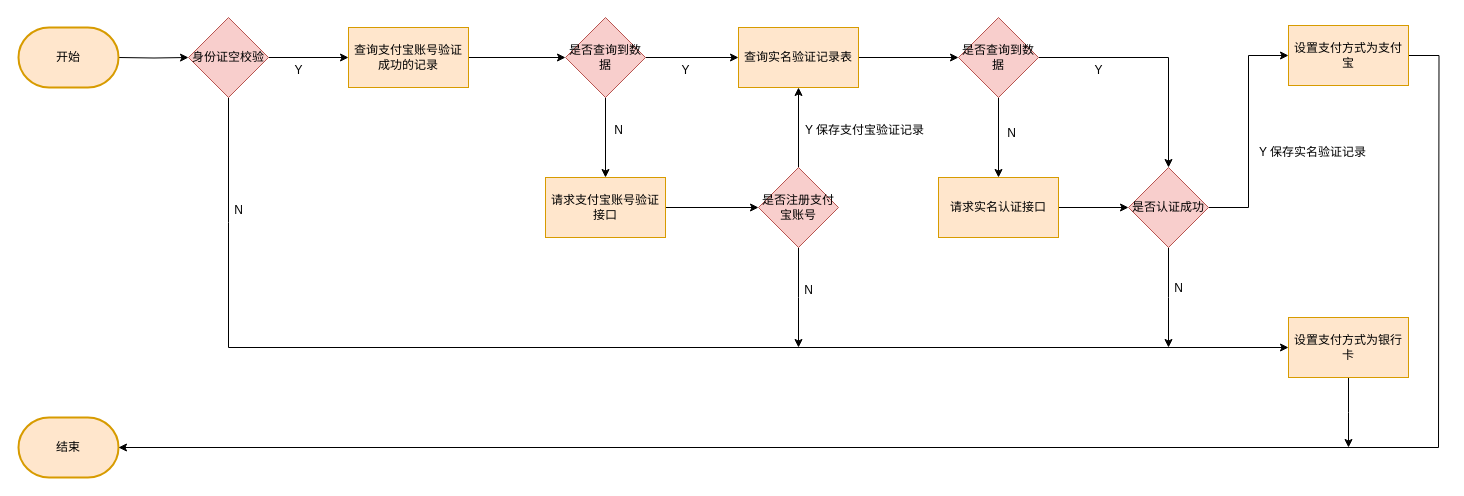
Earlier version of the draw.io diagram 监听投放方式更改事件.drawio (Jie33/draw). Source tidied: cells renumbered, new cells numbered last; positions are measured from the earlier drawing's top-left corner, leaving out a move shared by most shapes. Both pictures are drawn from the tidied source at 100%, with x=0, y=0 at pixel (18, 17).
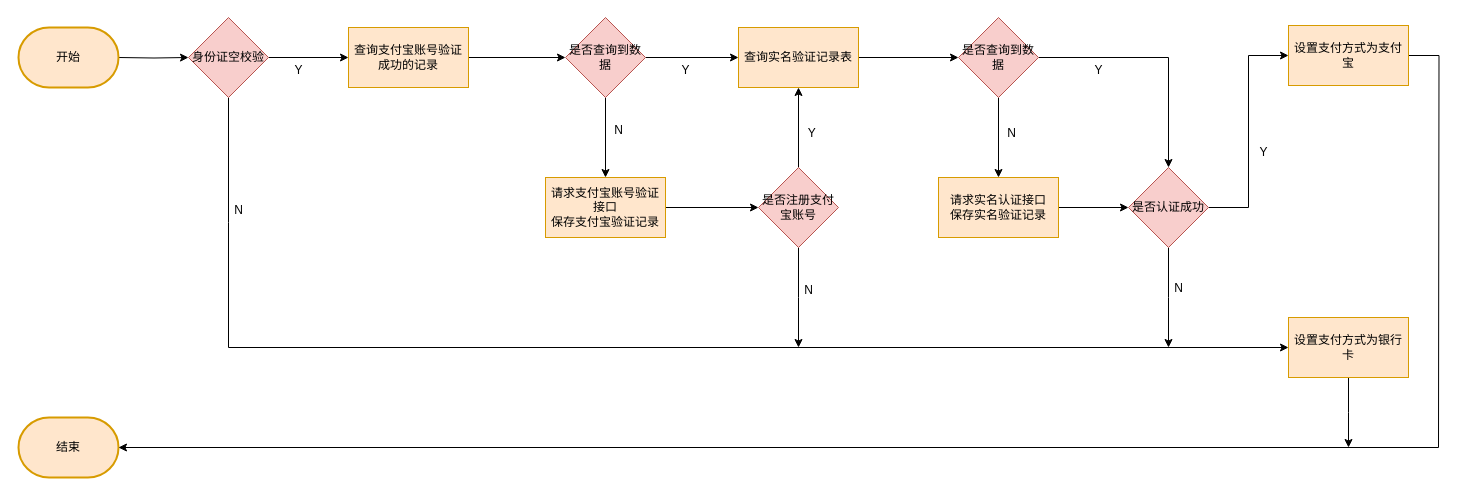
The same page after the edit.

Commit message:
更新监听投放方式更改事件.drawio

What changed in the source:
```diff
@@
-    <mxCell id="14" value="请求支付宝账号验证接口" style="rounded=0;whiteSpace=wrap;html=1;fillColor=#ffe6cc;strokeColor=#d79b00;" parent="1" vertex="1">
+    <mxCell id="14" value="请求支付宝账号验证接口&lt;div&gt;&lt;span style=&quot;text-wrap: nowrap;&quot;&gt;保存支付宝验证记录&lt;/span&gt;&lt;br&gt;&lt;/div&gt;" style="rounded=0;whiteSpace=wrap;html=1;fillColor=#ffe6cc;strokeColor=#d79b00;" parent="1" vertex="1">
       <mxGeometry x="527" y="160" width="120" height="60" as="geometry" />
     </mxCell>
@@
-    <mxCell id="31" value="请求实名认证接口" style="rounded=0;whiteSpace=wrap;html=1;fillColor=#ffe6cc;strokeColor=#d79b00;" parent="1" vertex="1">
+    <mxCell id="31" value="请求实名认证接口&lt;div&gt;&lt;span style=&quot;text-wrap: nowrap;&quot;&gt;保存实名验证记录&lt;/span&gt;&lt;br&gt;&lt;/div&gt;" style="rounded=0;whiteSpace=wrap;html=1;fillColor=#ffe6cc;strokeColor=#d79b00;" parent="1" vertex="1">
       <mxGeometry x="920" y="160" width="120" height="60" as="geometry" />
     </mxCell>
@@
-    <mxCell id="35" value="Y 保存支付宝验证记录" style="text;html=1;align=center;verticalAlign=middle;strokeColor=none;fillColor=none;" parent="1" vertex="1">
-      <mxGeometry x="776" y="98" width="140" height="30" as="geometry" />
+    <mxCell id="35" value="Y&amp;nbsp;" style="text;html=1;align=center;verticalAlign=middle;strokeColor=none;fillColor=none;" parent="1" vertex="1">
+      <mxGeometry x="780" y="101" width="30" height="30" as="geometry" />
     </mxCell>
@@
-    <mxCell id="41" value="Y 保存实名验证记录" style="text;html=1;align=center;verticalAlign=middle;strokeColor=none;fillColor=none;" parent="1" vertex="1">
-      <mxGeometry x="1229" y="120" width="130" height="30" as="geometry" />
+    <mxCell id="41" value="Y" style="text;html=1;align=center;verticalAlign=middle;strokeColor=none;fillColor=none;" parent="1" vertex="1">
+      <mxGeometry x="1230" y="120" width="30" height="30" as="geometry" />
     </mxCell>
```
